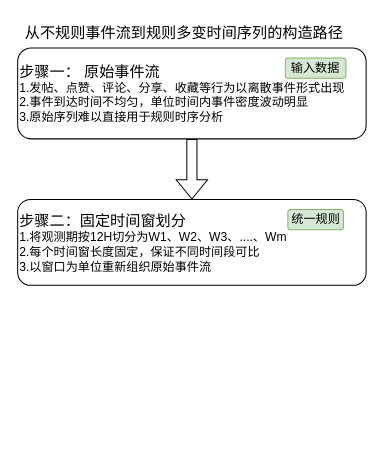
Before: 时间聚合过程.drawio in suerzzh/Social-Media-Event-Propagation-Analysis-Based-on-Causal-Inference, a draw.io diagram. Source tidied: cells renumbered, new cells numbered last; positions are measured from the earlier drawing's top-left corner, leaving out a move shared by most shapes. Both pictures are drawn from the tidied source at 101%, with x=0, y=0 at pixel (17, 17).
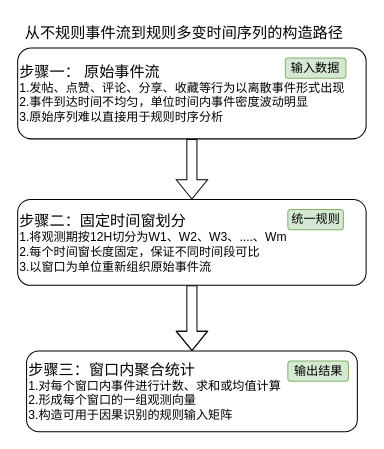
After the change.

Commit message (it also covers changes not shown here):
更新时间聚合过程.drawio

Change to the diagram source:
```diff
@@
 <mxGraphModel>
   <root>
     <mxCell id="0" />
     <mxCell id="1" parent="0" />
     <mxCell id="2" value="&lt;font style=&quot;font-size: 15px;&quot;&gt;从不规则事件流到规则多变时间序列的构造路径&lt;/font&gt;" style="rounded=0;whiteSpace=wrap;html=1;strokeColor=none;" parent="1" vertex="1">
       <mxGeometry x="5" width="320" height="30" as="geometry" />
     </mxCell>
     <mxCell id="3" style="edgeStyle=orthogonalEdgeStyle;rounded=0;jettySize=auto;html=1;shape=flexArrow;" parent="1" edge="1" source="4" target="5">
       <mxGeometry relative="1" as="geometry" />
     </mxCell>
     <mxCell id="4" value="&lt;font style=&quot;font-size: 15px;&quot;&gt;步骤一： 原始事件流&lt;/font&gt;&lt;div&gt;1.发帖、点赞、评论、分享、收藏等行为以离散事件形式出现&lt;/div&gt;&lt;div&gt;2.事件到达时间不均匀，单位时间内事件密度波动明显&lt;/div&gt;&lt;div&gt;3.原始序列难以直接用于规则时序分析&lt;/div&gt;" style="rounded=1;whiteSpace=wrap;html=1;align=left;" parent="1" vertex="1">
       <mxGeometry y="30" width="345" height="90" as="geometry" />
     </mxCell>
+    <mxCell id="8" style="edgeStyle=orthogonalEdgeStyle;rounded=0;jettySize=auto;html=1;shape=flexArrow;" parent="1" edge="1" source="5" target="9">
+      <mxGeometry relative="1" as="geometry" />
+    </mxCell>
     <mxCell id="5" value="&lt;font style=&quot;font-size: 15px;&quot;&gt;步骤二：固定时间窗划分&lt;/font&gt;&lt;div&gt;1.将观测期按12H切分为W1、W2、W3、....、Wm&lt;/div&gt;&lt;div&gt;2.每个时间窗长度固定，保证不同时间段可比&lt;/div&gt;&lt;div&gt;3.以窗口为单位重新组织原始事件流&lt;/div&gt;" style="rounded=1;whiteSpace=wrap;html=1;align=left;" parent="1" vertex="1">
       <mxGeometry y="180" width="345" height="85" as="geometry" />
     </mxCell>
     <mxCell id="6" value="输入数据" style="rounded=1;whiteSpace=wrap;html=1;fillColor=#d5e8d4;strokeColor=#82b366;" parent="1" vertex="1">
       <mxGeometry x="265" y="40" width="60" height="20" as="geometry" />
     </mxCell>
     <mxCell id="7" value="统一规则" style="rounded=1;whiteSpace=wrap;html=1;fillColor=#d5e8d4;strokeColor=#82b366;" parent="1" vertex="1">
       <mxGeometry x="267.5" y="190" width="55" height="20" as="geometry" />
     </mxCell>
+    <mxCell id="9" value="&lt;font style=&quot;font-size: 15px;&quot;&gt;步骤三：窗口内聚合统计&lt;/font&gt;&lt;div&gt;1.对每个窗口内事件进行计数、求和或均值计算&lt;/div&gt;&lt;div&gt;2.形成每个窗口的一组观测向量&lt;/div&gt;&lt;div&gt;3.构造可用于因果识别的规则输入矩阵&lt;/div&gt;" style="rounded=1;whiteSpace=wrap;html=1;align=left;" parent="1" vertex="1">
+      <mxGeometry x="8.8" y="330" width="327.5" height="80" as="geometry" />
+    </mxCell>
+    <mxCell id="10" value="输出结果" style="rounded=1;whiteSpace=wrap;html=1;fillColor=#d5e8d4;strokeColor=#82b366;" parent="1" vertex="1">
+      <mxGeometry x="267.5" y="340" width="60" height="20" as="geometry" />
+    </mxCell>
   </root>
 </mxGraphModel>
```
